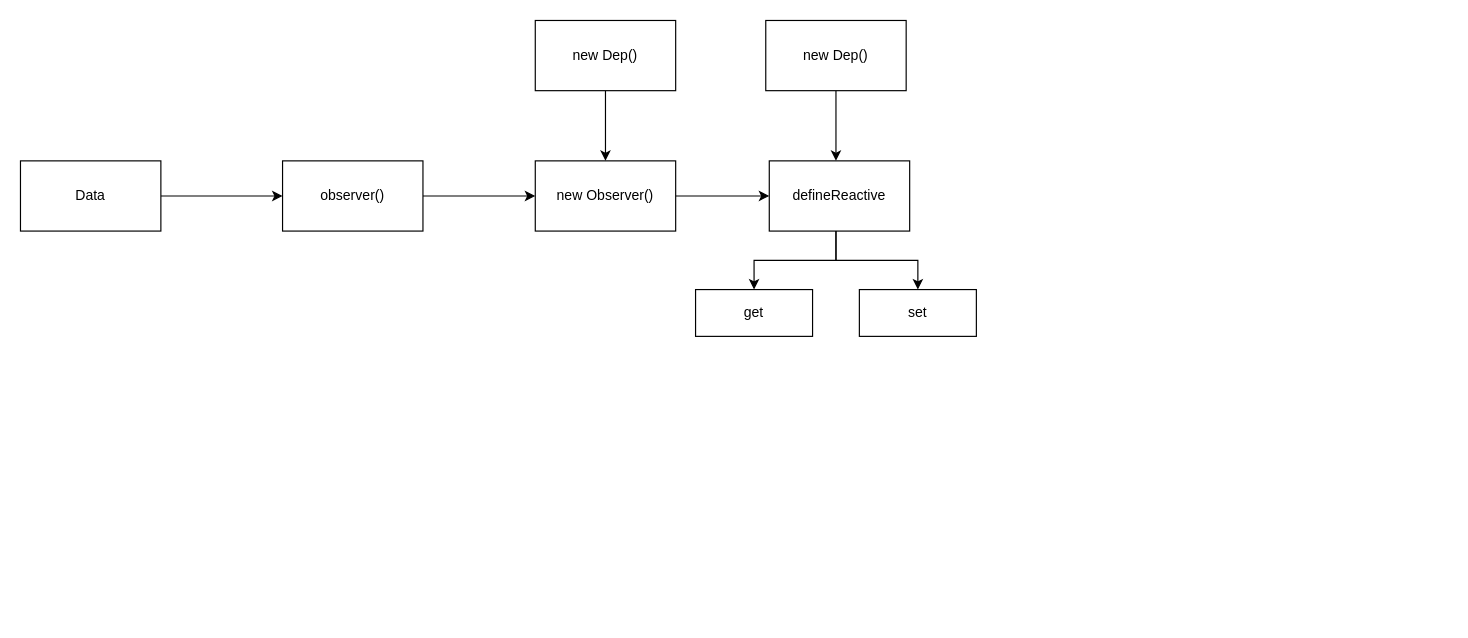
This is 未命名绘图.drawio from yue1123/yue1123, a draw.io file, before an edit. Source tidied: cells renumbered, new cells numbered last; positions are measured from the earlier drawing's top-left corner, leaving out a move shared by most shapes. Both pictures are drawn from the tidied source at 117%, with x=0, y=0 at pixel (20, 20).
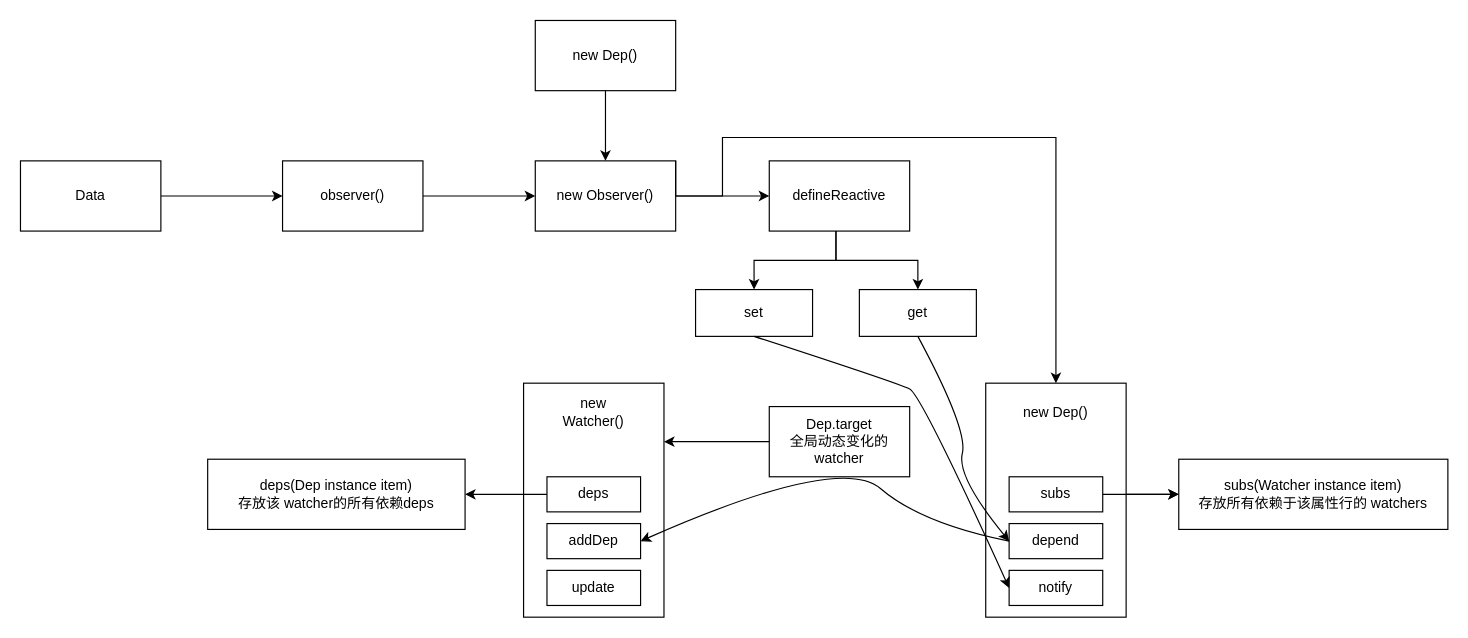
Above is the later version.

Commit message:
vue 响应式原理.drawio

Unchanged cells that the change refers to:
```xml
<mxCell id="7" value="new Observer()" style="rounded=0;whiteSpace=wrap;html=1;" parent="1" vertex="1">
  <mxGeometry x="440" y="120" width="120" height="60" as="geometry" />
</mxCell>
```

The edit, as a diff of the source:
```diff
@@
-    <mxCell id="11" style="edgeStyle=orthogonalEdgeStyle;rounded=0;jettySize=auto;html=1;" parent="1" edge="1" source="12">
-      <mxGeometry relative="1" as="geometry">
-        <mxPoint x="697" y="120" as="targetPoint" />
-      </mxGeometry>
-    </mxCell>
-    <mxCell id="12" value="new Dep()" style="rounded=0;whiteSpace=wrap;html=1;" parent="1" vertex="1">
-      <mxGeometry x="637" width="120" height="60" as="geometry" />
-    </mxCell>
+    <mxCell id="17" style="edgeStyle=orthogonalEdgeStyle;rounded=0;jettySize=auto;html=1;entryX=0.5;entryY=0;entryDx=0;entryDy=0;exitX=1;exitY=0;exitDx=0;exitDy=0;" parent="1" edge="1" source="7" target="30">
+      <mxGeometry relative="1" as="geometry">
+        <Array as="points">
+          <mxPoint x="560" y="150" />
+          <mxPoint x="600" y="150" />
+          <mxPoint x="600" y="100" />
+          <mxPoint x="885" y="100" />
+        </Array>
+      </mxGeometry>
+    </mxCell>
-    <mxCell id="13" value="get" style="whiteSpace=wrap;html=1;direction=east;" parent="1" vertex="1">
+    <mxCell id="13" value="set" style="whiteSpace=wrap;html=1;direction=east;" parent="1" vertex="1">
       <mxGeometry x="577" y="230" width="100" height="40" as="geometry" />
     </mxCell>
@@
-    <mxCell id="15" value="set" style="whiteSpace=wrap;html=1;direction=east;" parent="1" vertex="1">
+    <mxCell id="15" value="get" style="whiteSpace=wrap;html=1;direction=east;" parent="1" vertex="1">
       <mxGeometry x="717" y="230" width="100" height="40" as="geometry" />
     </mxCell>
@@
+    <mxCell id="18" style="edgeStyle=orthogonalEdgeStyle;rounded=0;jettySize=auto;html=1;exitX=0;exitY=0.5;exitDx=0;exitDy=0;entryX=0;entryY=0.5;entryDx=0;entryDy=0;fontSize=12;" parent="1" edge="1" source="19" target="24">
+      <mxGeometry relative="1" as="geometry" />
+    </mxCell>
+    <mxCell id="19" style="rounded=0;whiteSpace=wrap;html=1;" parent="1" vertex="1">
+      <mxGeometry x="430" y="310" width="120" height="200" as="geometry" />
+    </mxCell>
+    <mxCell id="20" value="&lt;font style=&quot;font-size: 12px&quot;&gt;deps(Dep instance item)&lt;br style=&quot;font-size: 12px&quot;&gt;存放该 watcher的所有依赖deps&lt;/font&gt;" style="whiteSpace=wrap;html=1;rounded=0;fontSize=12;" parent="1" vertex="1">
+      <mxGeometry x="160" y="375" width="220" height="60" as="geometry" />
+    </mxCell>
+    <mxCell id="21" style="edgeStyle=orthogonalEdgeStyle;rounded=0;jettySize=auto;html=1;fontSize=12;" parent="1" edge="1" source="22" target="19">
+      <mxGeometry relative="1" as="geometry">
+        <Array as="points">
+          <mxPoint x="570" y="360" />
+          <mxPoint x="570" y="360" />
+        </Array>
+      </mxGeometry>
+    </mxCell>
+    <mxCell id="22" value="Dep.target&lt;br&gt;全局动态变化的 watcher" style="rounded=0;whiteSpace=wrap;html=1;fontSize=12;" parent="1" vertex="1">
+      <mxGeometry x="640" y="330" width="120" height="60" as="geometry" />
+    </mxCell>
+    <mxCell id="23" style="edgeStyle=orthogonalEdgeStyle;rounded=0;jettySize=auto;html=1;fontSize=12;" parent="1" edge="1" source="24" target="20">
+      <mxGeometry relative="1" as="geometry">
+        <Array as="points">
+          <mxPoint x="410" y="405" />
+          <mxPoint x="410" y="405" />
+        </Array>
+      </mxGeometry>
+    </mxCell>
+    <mxCell id="24" value="deps" style="rounded=0;whiteSpace=wrap;html=1;fontSize=12;" parent="1" vertex="1">
+      <mxGeometry x="450" y="390" width="80" height="30" as="geometry" />
+    </mxCell>
+    <mxCell id="25" value="addDep" style="rounded=0;whiteSpace=wrap;html=1;fontSize=12;" parent="1" vertex="1">
+      <mxGeometry x="450" y="430" width="80" height="30" as="geometry" />
+    </mxCell>
+    <mxCell id="26" value="new Watcher()" style="text;html=1;strokeColor=none;fillColor=none;align=center;verticalAlign=middle;whiteSpace=wrap;rounded=0;fontSize=12;" parent="1" vertex="1">
+      <mxGeometry x="460" y="320" width="60" height="30" as="geometry" />
+    </mxCell>
+    <mxCell id="27" value="subs(Watcher instance item)&lt;br&gt;存放所有依赖于该属性行的 watchers" style="whiteSpace=wrap;html=1;rounded=0;" parent="1" vertex="1">
+      <mxGeometry x="990" y="375" width="230" height="60" as="geometry" />
+    </mxCell>
+    <mxCell id="28" style="edgeStyle=orthogonalEdgeStyle;rounded=0;jettySize=auto;html=1;fontSize=12;exitX=1;exitY=0.5;exitDx=0;exitDy=0;" parent="1" edge="1" source="35" target="27">
+      <mxGeometry relative="1" as="geometry" />
+    </mxCell>
+    <mxCell id="29" style="edgeStyle=orthogonalEdgeStyle;rounded=0;jettySize=auto;html=1;exitX=1;exitY=0.5;exitDx=0;exitDy=0;entryX=1;entryY=0.5;entryDx=0;entryDy=0;fontSize=12;" parent="1" edge="1" source="30" target="35">
+      <mxGeometry relative="1" as="geometry" />
+    </mxCell>
+    <mxCell id="30" style="rounded=0;whiteSpace=wrap;html=1;" parent="1" vertex="1">
+      <mxGeometry x="825" y="310" width="120" height="200" as="geometry" />
+    </mxCell>
+    <mxCell id="31" value="depend" style="rounded=0;whiteSpace=wrap;html=1;fontSize=12;" parent="1" vertex="1">
+      <mxGeometry x="845" y="430" width="80" height="30" as="geometry" />
+    </mxCell>
+    <mxCell id="32" value="notify" style="rounded=0;whiteSpace=wrap;html=1;fontSize=12;direction=west;" parent="1" vertex="1">
+      <mxGeometry x="845" y="470" width="80" height="30" as="geometry" />
+    </mxCell>
+    <mxCell id="12" value="new Dep()" style="text;html=1;strokeColor=none;fillColor=none;align=center;verticalAlign=middle;whiteSpace=wrap;rounded=0;fontSize=12;" parent="1" vertex="1">
+      <mxGeometry x="855" y="320" width="60" height="30" as="geometry" />
+    </mxCell>
+    <mxCell id="33" value="update" style="rounded=0;whiteSpace=wrap;html=1;fontSize=12;" parent="1" vertex="1">
+      <mxGeometry x="450" y="470" width="80" height="30" as="geometry" />
+    </mxCell>
+    <mxCell id="34" style="edgeStyle=orthogonalEdgeStyle;rounded=0;jettySize=auto;html=1;fontSize=12;" parent="1" edge="1" source="35" target="27">
+      <mxGeometry relative="1" as="geometry" />
+    </mxCell>
+    <mxCell id="35" value="subs" style="rounded=0;whiteSpace=wrap;html=1;fontSize=12;" parent="1" vertex="1">
+      <mxGeometry x="845" y="390" width="80" height="30" as="geometry" />
+    </mxCell>
+    <mxCell id="36" style="curved=1;endArrow=classic;html=1;rounded=0;fontSize=12;exitX=0.5;exitY=1;exitDx=0;exitDy=0;entryX=0;entryY=0.5;entryDx=0;entryDy=0;" parent="1" edge="1" source="15" target="31">
+      <mxGeometry relative="1" as="geometry">
+        <Array as="points">
+          <mxPoint x="810" y="350" />
+          <mxPoint x="800" y="390" />
+        </Array>
+      </mxGeometry>
+    </mxCell>
+    <mxCell id="37" style="curved=1;endArrow=classic;html=1;rounded=0;fontSize=12;exitX=0;exitY=0.5;exitDx=0;exitDy=0;entryX=1;entryY=0.5;entryDx=0;entryDy=0;" parent="1" edge="1" source="31" target="25">
+      <mxGeometry relative="1" as="geometry">
+        <Array as="points">
+          <mxPoint x="770" y="430" />
+          <mxPoint x="700" y="370" />
+        </Array>
+      </mxGeometry>
+    </mxCell>
+    <mxCell id="38" style="curved=1;endArrow=classic;html=1;rounded=0;fontSize=12;exitX=0.5;exitY=1;exitDx=0;exitDy=0;entryX=1;entryY=0.5;entryDx=0;entryDy=0;" parent="1" edge="1" source="13" target="32">
+      <mxGeometry relative="1" as="geometry">
+        <Array as="points">
+          <mxPoint x="750" y="310" />
+          <mxPoint x="770" y="320" />
+        </Array>
+      </mxGeometry>
+    </mxCell>
```
